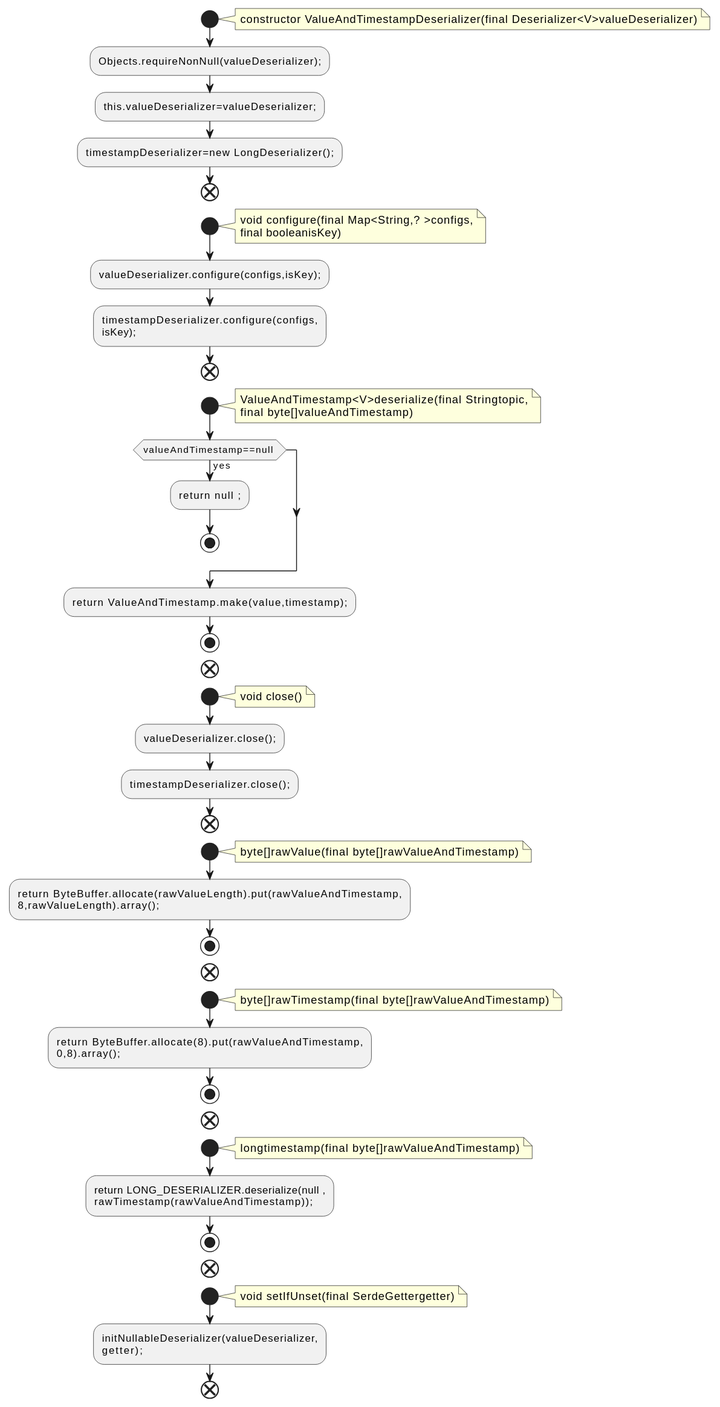
Earlier version of the PlantUML export docs/qc/streams/src/main/java/org/apache/kafka/streams/state/internals/ValueAndTimestampDeserializer.java.fct.svg (qualitesys/kafka).
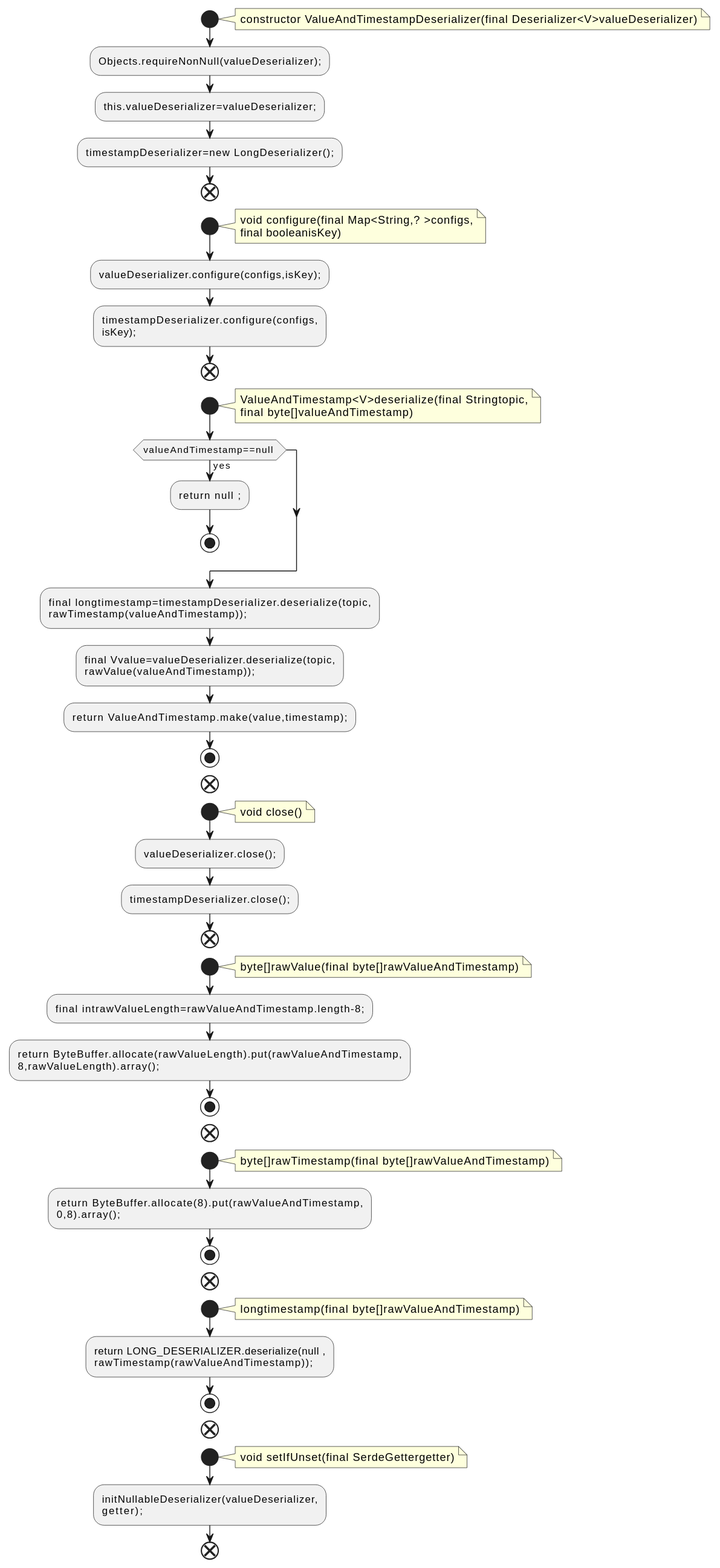
Above is the later version.

The edit, as a diff of the source:
```diff
@@ -26,6 +26,10 @@
 :return null ;;
 stop
 endif
+:final longtimestamp=timestampDeserializer.deserialize(topic,
+rawTimestamp(valueAndTimestamp));;
+:final Vvalue=valueDeserializer.deserialize(topic,
+rawValue(valueAndTimestamp));;
 :return ValueAndTimestamp.make(value,timestamp);;
 stop
 end
@@ -40,6 +44,7 @@
 note right
 byte[]rawValue(final byte[]rawValueAndTimestamp)
 end note
+:final intrawValueLength=rawValueAndTimestamp.length-8;;
 :return ByteBuffer.allocate(rawValueLength).put(rawValueAndTimestamp,
 8,rawValueLength).array();;
 stop
```
